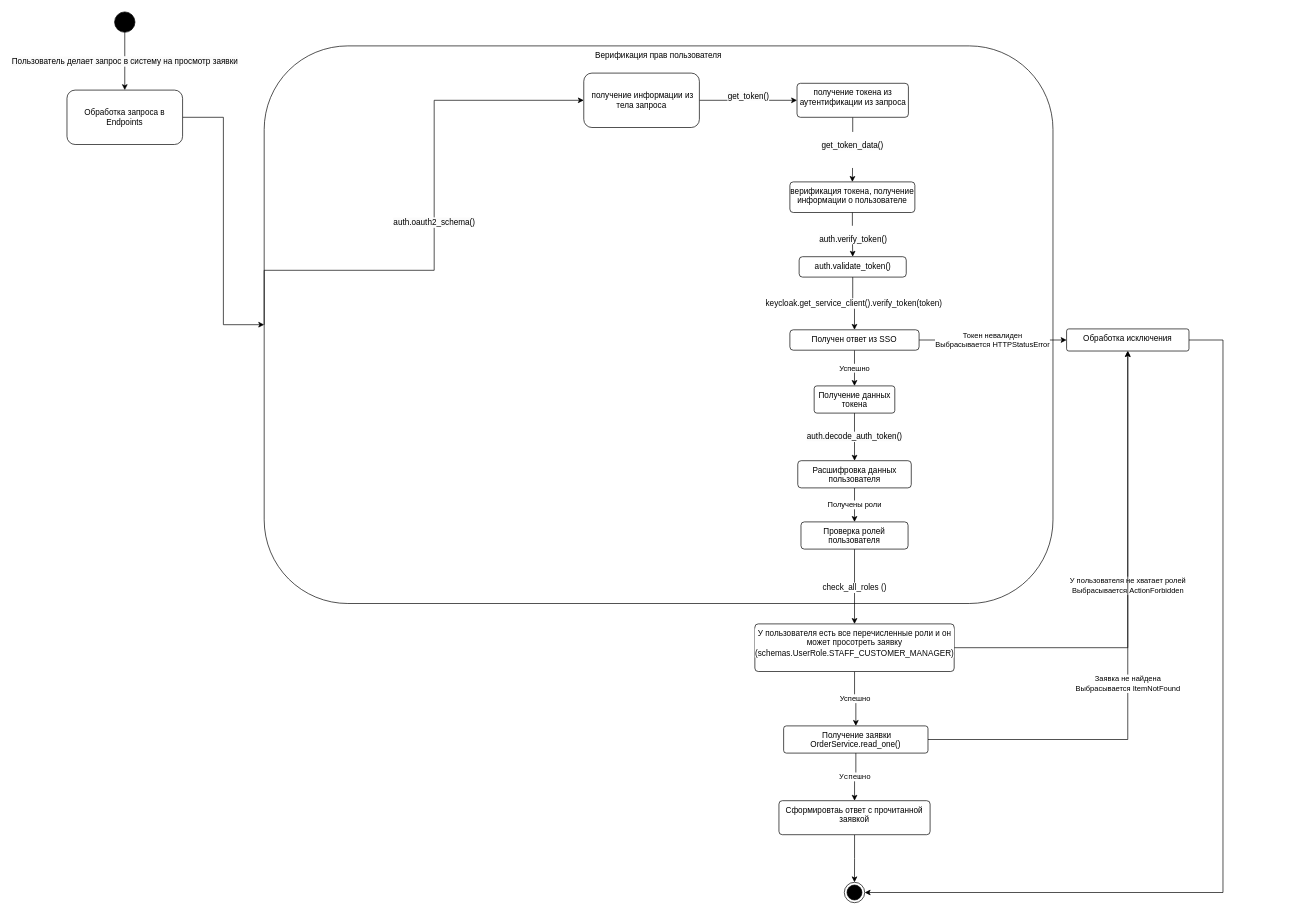
Earlier version of the draw.io diagram page "implementation view" (3 of 3) of magistracy/software-engeneering-methodology/diagrams/State_UC-Open-Request.drawio (GulDilin/itmo). Source tidied: cells renumbered, new cells numbered last; positions are measured from the earlier drawing's top-left corner, leaving out a move shared by most shapes. Both pictures are drawn from the tidied source at 68%, with x=0, y=0 at pixel (67, 12).
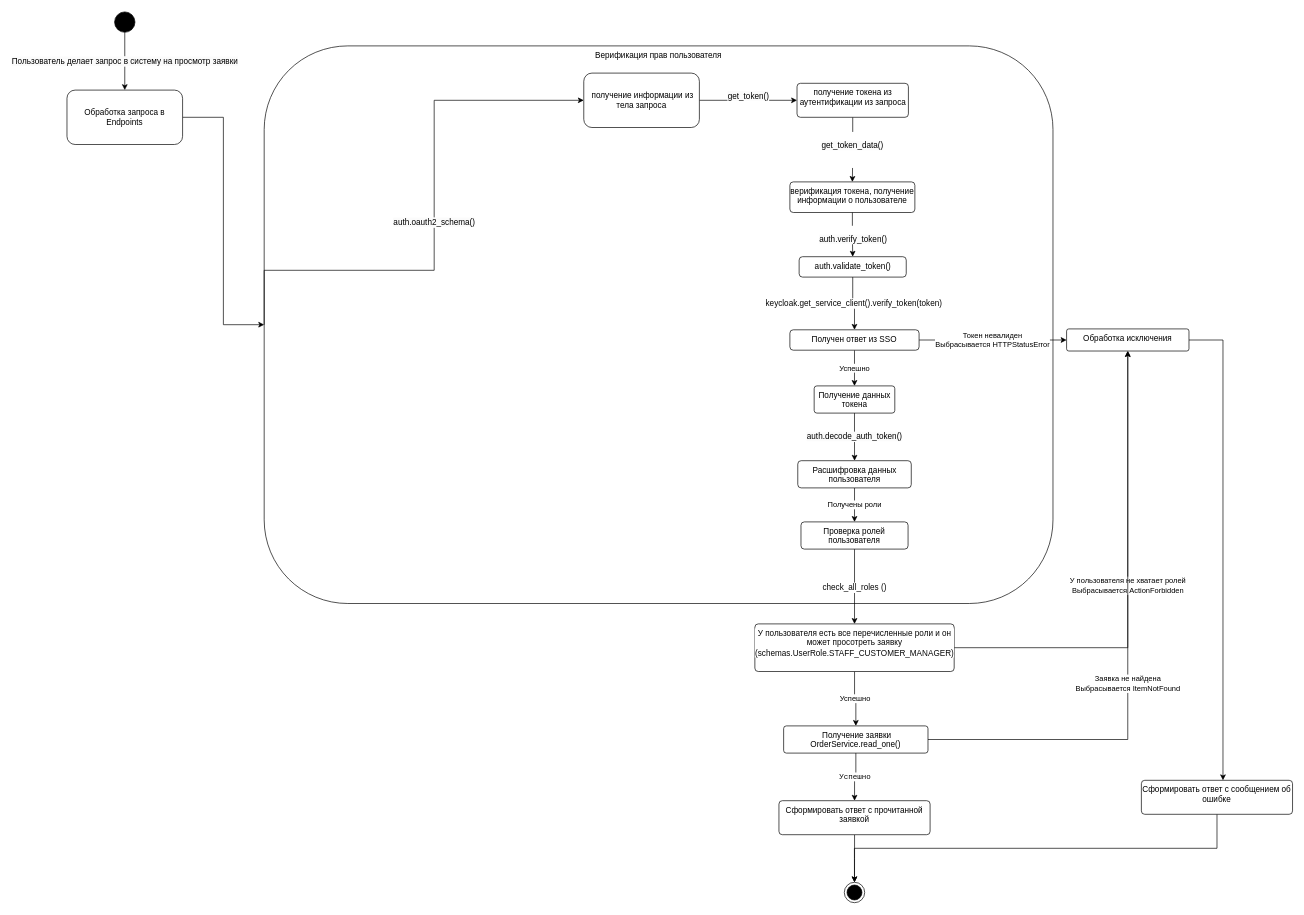
The same page after the edit.

The change refers to these unchanged cells:
```xml
<mxCell id="24" value="Обработка исключения" style="whiteSpace=wrap;html=1;verticalAlign=top;rounded=1;arcSize=10;dashed=0;" parent="1" vertex="1">
  <mxGeometry x="1470" y="466.2" width="180" height="32.5" as="geometry" />
</mxCell>
<mxCell id="35" style="ellipse;html=1;shape=endState;fillColor=strokeColor;" parent="1" vertex="1">
  <mxGeometry x="1143.1" y="1280" width="30" height="30" as="geometry" />
</mxCell>
```

Change to the diagram source:
```diff
@@
-    <mxCell id="23" style="edgeStyle=orthogonalEdgeStyle;rounded=0;jettySize=auto;html=1;" parent="1" edge="1" source="24" target="35">
+    <mxCell id="23" style="edgeStyle=orthogonalEdgeStyle;rounded=0;jettySize=auto;html=1;" parent="1" edge="1" source="24" target="37">
       <mxGeometry relative="1" as="geometry">
         <Array as="points">
           <mxPoint x="1700" y="483" />
-          <mxPoint x="1700" y="1295" />
         </Array>
       </mxGeometry>
     </mxCell>
@@
-    <mxCell id="34" value="Сформировтаь ответ с прочитанной заявкой" style="whiteSpace=wrap;html=1;verticalAlign=top;rounded=1;arcSize=10;dashed=0;" parent="1" vertex="1">
+    <mxCell id="34" value="Сформировать ответ с прочитанной заявкой" style="whiteSpace=wrap;html=1;verticalAlign=top;rounded=1;arcSize=10;dashed=0;" parent="1" vertex="1">
       <mxGeometry x="1047" y="1160" width="222.3" height="50" as="geometry" />
     </mxCell>
@@
+    <mxCell id="36" style="edgeStyle=orthogonalEdgeStyle;rounded=0;jettySize=auto;html=1;" parent="1" edge="1" source="37" target="35">
+      <mxGeometry relative="1" as="geometry">
+        <Array as="points">
+          <mxPoint x="1691" y="1230" />
+          <mxPoint x="1158" y="1230" />
+        </Array>
+      </mxGeometry>
+    </mxCell>
+    <mxCell id="37" value="Сформировать ответ с сообщением об ошибке" style="whiteSpace=wrap;html=1;verticalAlign=top;rounded=1;arcSize=10;dashed=0;" parent="1" vertex="1">
+      <mxGeometry x="1580" y="1130" width="222.3" height="50" as="geometry" />
+    </mxCell>
```
